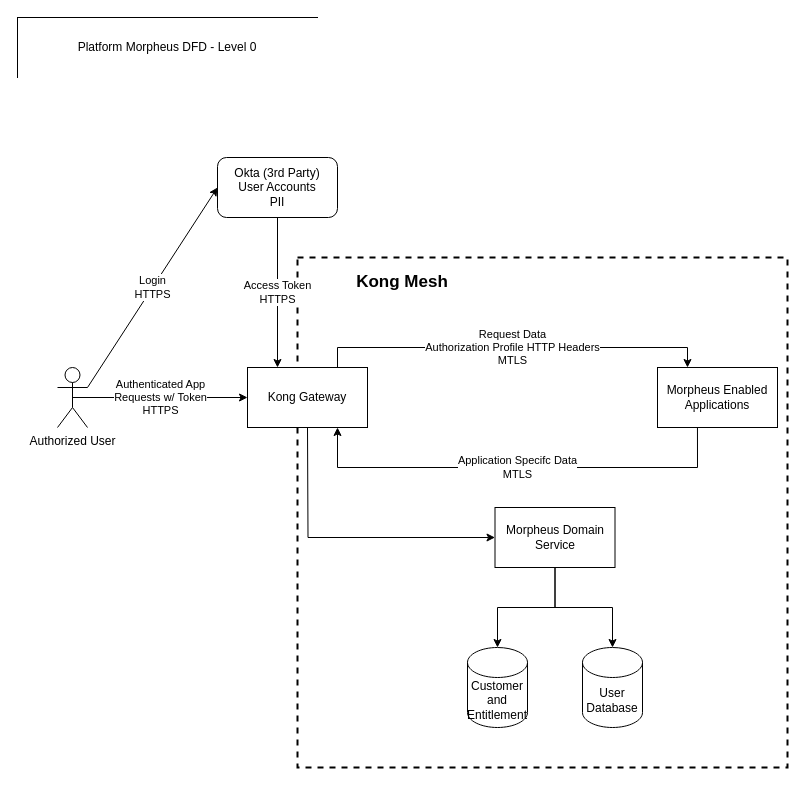
kharshawFL/PlatformDiagrams keeps this draw.io diagram as Platform Morpheus DFD.drawio. Above is the earlier version. Source tidied: cells renumbered, new cells numbered last; positions are measured from the earlier drawing's top-left corner, leaving out a move shared by most shapes. Both pictures are drawn from the tidied source at 100%, with x=0, y=0 at pixel (17, 17).
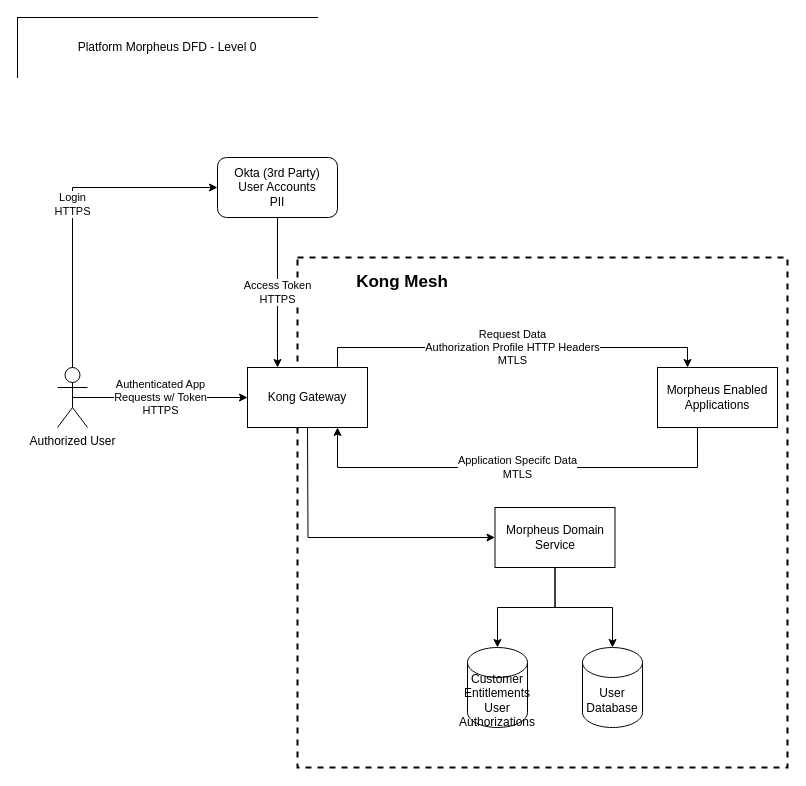
The same diagram, later.

The change refers to these unchanged cells:
```xml
<mxCell id="3" value="Authorized User" style="shape=umlActor;verticalLabelPosition=bottom;verticalAlign=top;html=1;outlineConnect=0;" parent="1" vertex="1">
  <mxGeometry x="40" y="350" width="30" height="60" as="geometry" />
</mxCell>
<mxCell id="5" value="Okta (3rd Party)&lt;br&gt;User Accounts&lt;br&gt;PII" style="rounded=1;whiteSpace=wrap;html=1;" parent="1" vertex="1">
  <mxGeometry x="200" y="140" width="120" height="60" as="geometry" />
</mxCell>
```

What changed in the source:
```diff
@@
-    <mxCell id="6" value="Login&lt;br&gt;HTTPS" style="endArrow=classic;html=1;rounded=0;entryX=0;entryY=0.5;entryDx=0;entryDy=0;exitX=1;exitY=0.3333333333333333;exitDx=0;exitDy=0;exitPerimeter=0;" parent="1" edge="1" source="3" target="5">
+    <mxCell id="6" value="Login&lt;br&gt;HTTPS" style="endArrow=classic;html=1;rounded=0;entryX=0;entryY=0.5;entryDx=0;entryDy=0;edgeStyle=orthogonalEdgeStyle;exitX=0.5;exitY=0;exitDx=0;exitDy=0;exitPerimeter=0;" parent="1" edge="1" source="3" target="5">
       <mxGeometry relative="1" as="geometry" />
     </mxCell>
@@
-    <mxCell id="15" value="Customer and Entitlement" style="shape=cylinder3;whiteSpace=wrap;html=1;boundedLbl=1;backgroundOutline=1;size=15;" parent="1" vertex="1">
+    <mxCell id="15" value="Customer Entitlements&lt;br&gt;User Authorizations" style="shape=cylinder3;whiteSpace=wrap;html=1;boundedLbl=1;backgroundOutline=1;size=15;" parent="1" vertex="1">
       <mxGeometry x="450" y="630" width="60" height="80" as="geometry" />
     </mxCell>
```
